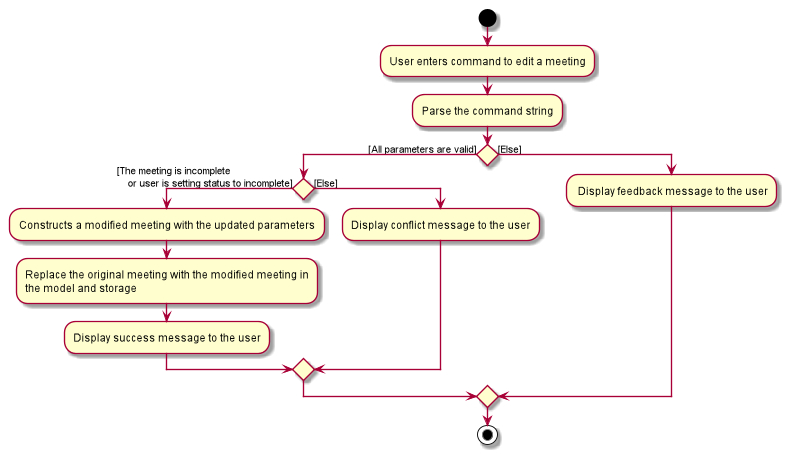
Earlier version of the PlantUML export docs/images/EditMeetingActivityDiagram.png (nus-cs2103-AY2021S2/tp).
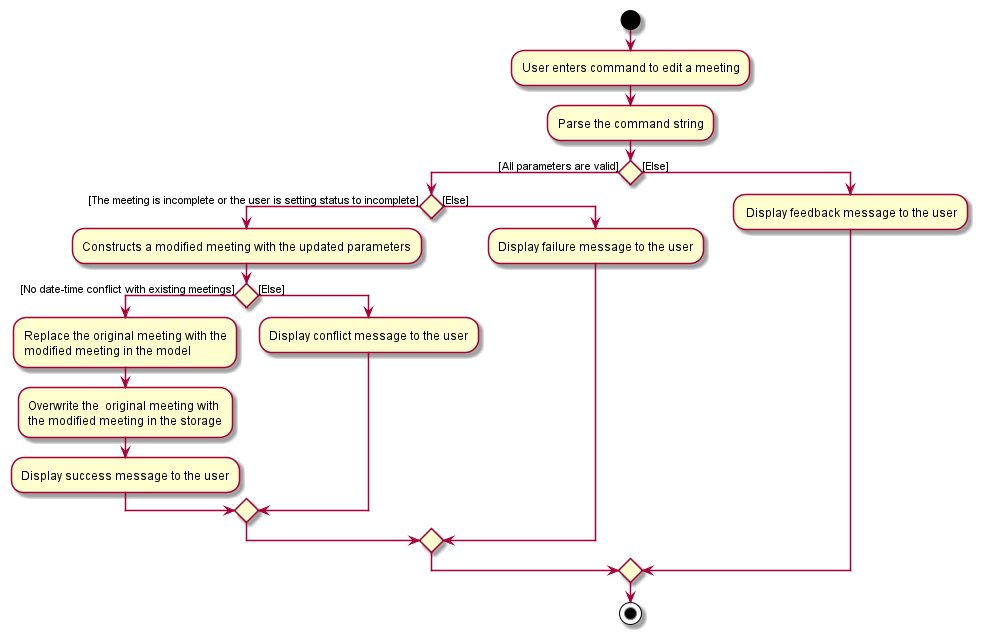
Above is the later version.

Commit message:
Complete findMeetingCommand activity diagram / Correct other activity diagram

Diff of the diagram source:
```diff
@@ -5,14 +5,19 @@
 :Parse the command string;
 
 if () then ([All parameters are valid])
-    if () then ([The meeting is incomplete
-    or user is setting status to incomplete])
+    if () then ([The meeting is incomplete or the user is setting status to incomplete])
         :Constructs a modified meeting with the updated parameters;
-        :Replace the original meeting with the modified meeting in
-        the model and storage;
-        :Display success message to the user;
+        if () then ([No date-time conflict with existing meetings])
+            :Replace the original meeting with the
+            modified meeting in the model;
+            :Overwrite the  original meeting with
+            the modified meeting in the storage;
+            :Display success message to the user;
+        else ([Else])
+            :Display conflict message to the user;
+        endif
     else ([Else])
-        :Display conflict message to the user;
+        :Display failure message to the user;
     endif
 
 else ([Else])
```
